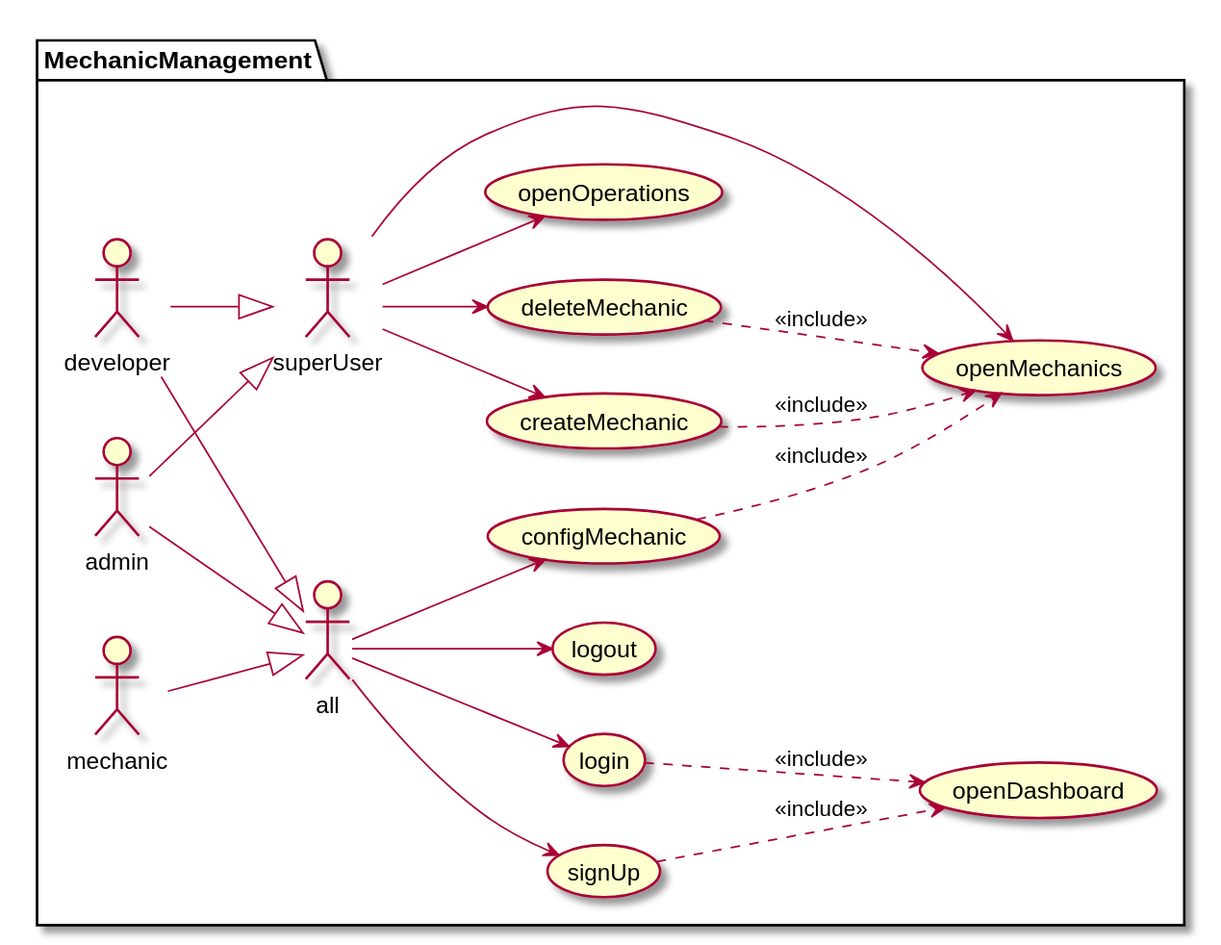
Earlier version of the PlantUML export documentation/1usecasesview/usecases/svg/mechanicUsecases.svg (Ruskab/agrimManager).
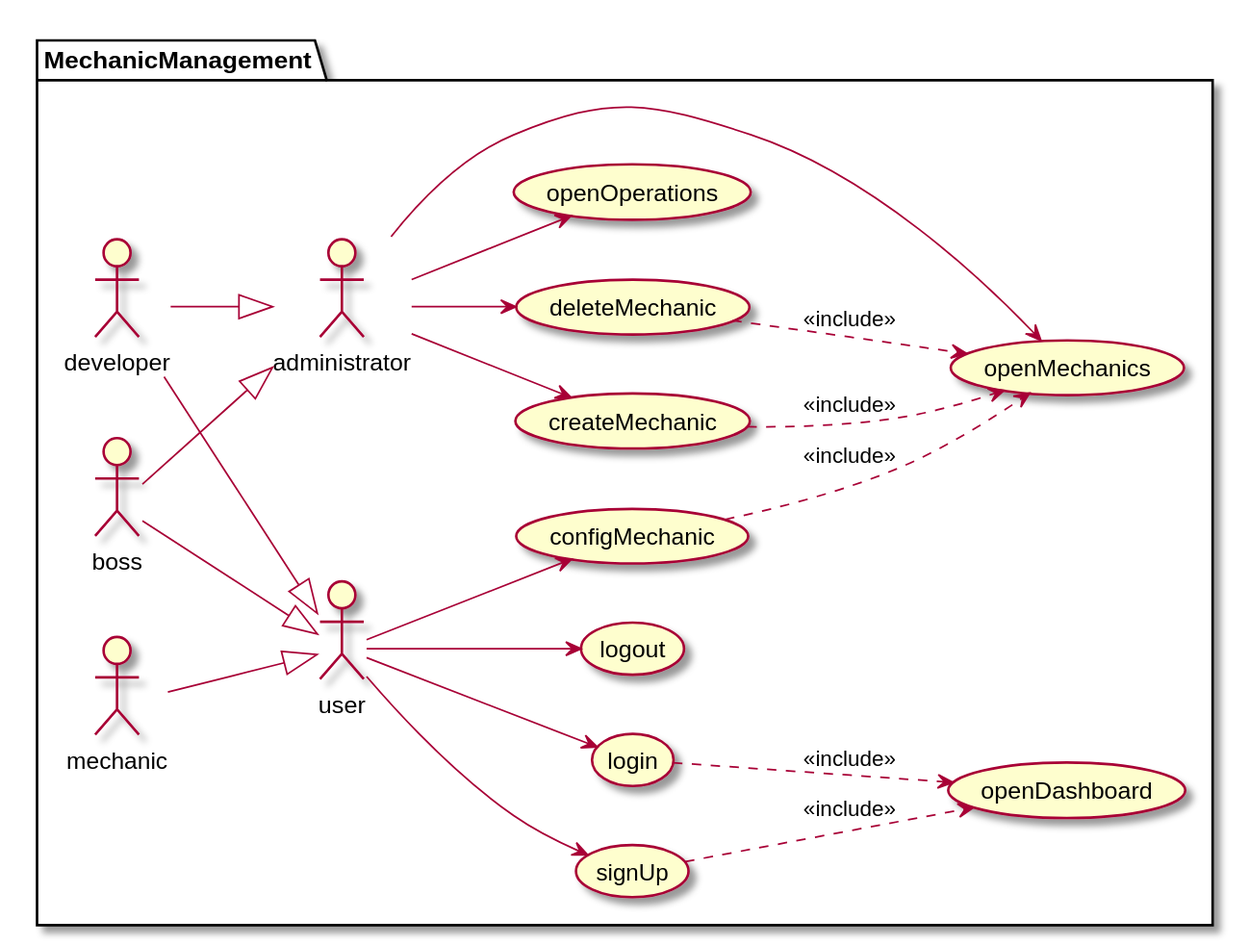
After the commit.

What changed in the source:
```diff
@@ -2,27 +2,27 @@
 left to right direction
 
 package MechanicManagement {
-:mechanic: --|> :all:
-:admin: --|> :all:
-:developer: --|> :all:
+:mechanic: --|> :user:
+:boss: --|> :user:
+:developer: --|> :user:
 
-:admin: --|> :superUser:
-:developer: --|> :superUser:
+:boss: --|> :administrator:
+:developer: --|> :administrator:
 
 
-:superUser: --> (createMechanic)
-:all: --> (configMechanic)
-:superUser: --> (deleteMechanic)
-:superUser: --> (openMechanics)
-:superUser: --> (openOperations)
-:all: --> (login)
+:administrator: --> (createMechanic)
+:user: --> (configMechanic)
+:administrator: --> (deleteMechanic)
+:administrator: --> (openMechanics)
+:administrator: --> (openOperations)
+:user: --> (login)
 (login) ..> (openDashboard) : <<include>>
 (signUp) ..> (openDashboard) : <<include>>
 (configMechanic) ..> (openMechanics) : <<include>>
 (createMechanic) ..> (openMechanics) : <<include>>
 (deleteMechanic) ..> (openMechanics) : <<include>>
-:all: --> (signUp)
-:all: --> (logout)
+:user: --> (signUp)
+:user: --> (logout)
 }
 
 @enduml
```
